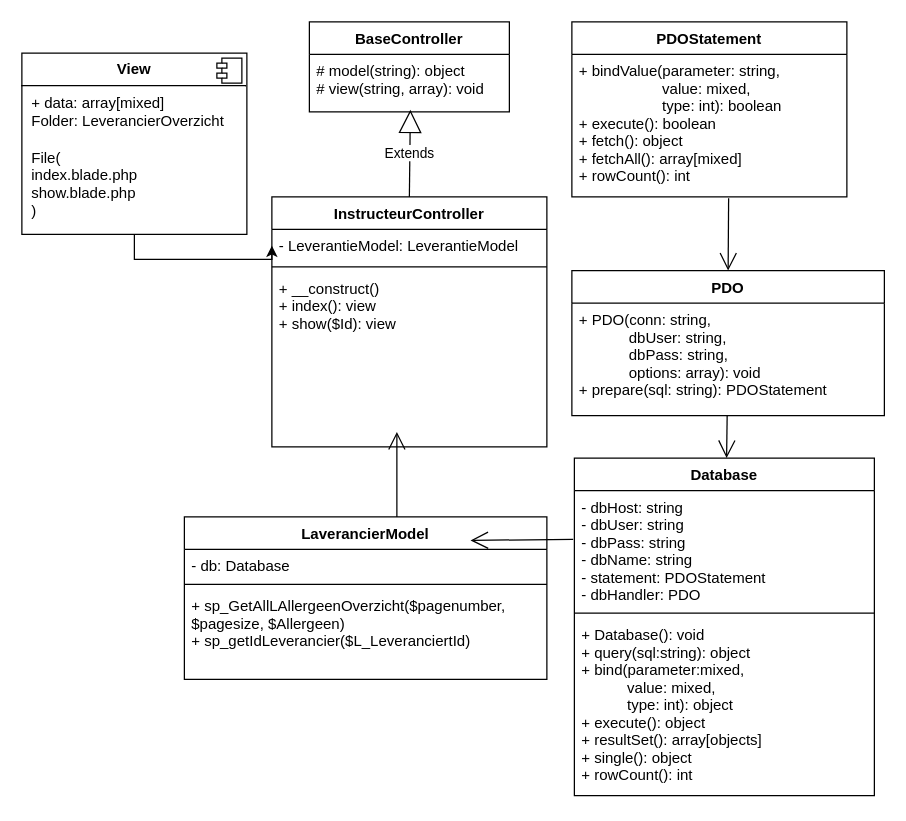
Earlier version of the draw.io diagram Sjabloon/Klassendiagram_example_V3.drawio (DannyEdelbroek/BE-opdracht-1-334855). Source tidied: cells renumbered, new cells numbered last; positions are measured from the earlier drawing's top-left corner, leaving out a move shared by most shapes. Both pictures are drawn from the tidied source at 125%, with x=0, y=0 at pixel (21, 21).
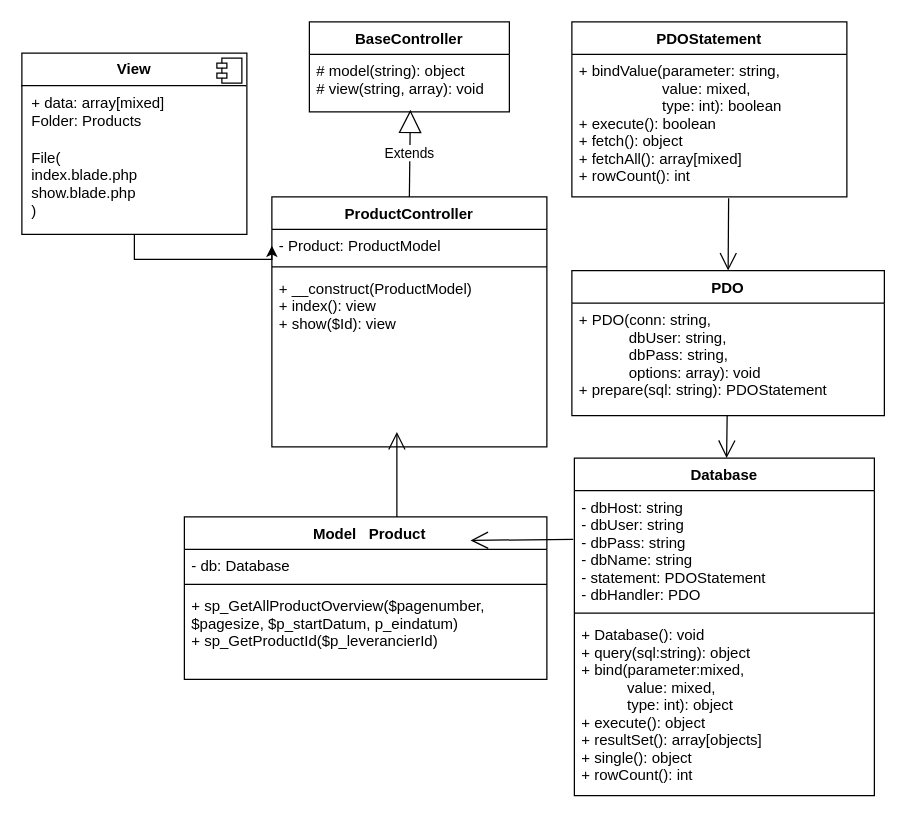
After the change.

What changed in the source:
```diff
@@
-    <mxCell id="2" value="InstructeurController" style="swimlane;fontStyle=1;align=center;verticalAlign=top;horizontal=1;startSize=26;" parent="1" vertex="1">
+    <mxCell id="2" value="ProductController" style="swimlane;fontStyle=1;align=center;verticalAlign=top;horizontal=1;startSize=26;" parent="1" vertex="1">
       <mxGeometry x="200" y="140" width="220" height="200" as="geometry" />
     </mxCell>
-    <mxCell id="3" value="- LeverantieModel: LeverantieModel" style="text;strokeColor=none;fillColor=none;align=left;verticalAlign=top;spacingLeft=4;spacingRight=4;overflow=hidden;points=[[0,0.5],[1,0.5]];portConstraint=eastwest;" parent="2" vertex="1">
+    <mxCell id="3" value="- Product: ProductModel" style="text;strokeColor=none;fillColor=none;align=left;verticalAlign=top;spacingLeft=4;spacingRight=4;overflow=hidden;points=[[0,0.5],[1,0.5]];portConstraint=eastwest;" parent="2" vertex="1">
       <mxGeometry y="26" width="220" height="26" as="geometry" />
     </mxCell>
@@
-    <mxCell id="5" value="+ __construct()  &#10;+ index(): view&#10;+ show($Id): view&#10;&#10;" style="text;strokeColor=none;fillColor=none;align=left;verticalAlign=top;spacingLeft=4;spacingRight=4;overflow=hidden;" parent="2" vertex="1">
+    <mxCell id="5" value="+ __construct(ProductModel)  &#10;+ index(): view&#10;+ show($Id): view&#10;&#10;" style="text;strokeColor=none;fillColor=none;align=left;verticalAlign=top;spacingLeft=4;spacingRight=4;overflow=hidden;" parent="2" vertex="1">
       <mxGeometry y="60" width="220" height="140" as="geometry" />
     </mxCell>
@@
-    <mxCell id="8" value="LaverancierModel" style="swimlane;fontStyle=1;align=center;verticalAlign=top;horizontal=1;startSize=26;" parent="1" vertex="1">
+    <mxCell id="8" value="   Model   Product " style="swimlane;fontStyle=1;align=center;verticalAlign=top;horizontal=1;startSize=26;" parent="1" vertex="1">
       <mxGeometry x="130" y="396" width="290" height="130" as="geometry" />
     </mxCell>
@@
-    <mxCell id="11" value="+ sp_GetAllLAllergeenOverzicht($pagenumber, &#10;$pagesize, $Allergeen)&#10;+ sp_getIdLeverancier($L_LeveranciertId)&#10;" style="text;strokeColor=none;fillColor=none;align=left;verticalAlign=top;spacingLeft=4;spacingRight=4;overflow=hidden;" parent="8" vertex="1">
+    <mxCell id="11" value="+ sp_GetAllProductOverview($pagenumber, &#10;$pagesize, $p_startDatum, p_eindatum)&#10;+ sp_GetProductId($p_leverancierId)&#10;" style="text;strokeColor=none;fillColor=none;align=left;verticalAlign=top;spacingLeft=4;spacingRight=4;overflow=hidden;" parent="8" vertex="1">
       <mxGeometry y="58" width="290" height="72" as="geometry" />
     </mxCell>
@@
-    <mxCell id="26" value="&lt;p style=&quot;margin:0px;margin-top:6px;text-align:center;&quot;&gt;&lt;b&gt;View&lt;/b&gt;&lt;/p&gt;&lt;hr size=&quot;1&quot; style=&quot;border-style:solid;&quot;&gt;&lt;p style=&quot;margin:0px;margin-left:8px;&quot;&gt;+ data: array[mixed]&amp;nbsp;&lt;/p&gt;&lt;p style=&quot;margin: 0px 0px 0px 8px;&quot;&gt;Folder: LeverancierOverzicht&lt;/p&gt;&lt;p style=&quot;margin: 0px 0px 0px 8px;&quot;&gt;&lt;br&gt;&lt;/p&gt;&lt;p style=&quot;margin: 0px 0px 0px 8px;&quot;&gt;File(&lt;/p&gt;&lt;p style=&quot;margin: 0px 0px 0px 8px;&quot;&gt;index.blade.php&lt;/p&gt;&lt;p style=&quot;margin: 0px 0px 0px 8px;&quot;&gt;show.blade.php&lt;/p&gt;&lt;p style=&quot;margin: 0px 0px 0px 8px;&quot;&gt;)&lt;/p&gt;" style="align=left;overflow=fill;html=1;whiteSpace=wrap;" parent="1" vertex="1">
+    <mxCell id="26" value="&lt;p style=&quot;margin:0px;margin-top:6px;text-align:center;&quot;&gt;&lt;b&gt;View&lt;/b&gt;&lt;/p&gt;&lt;hr size=&quot;1&quot; style=&quot;border-style:solid;&quot;&gt;&lt;p style=&quot;margin:0px;margin-left:8px;&quot;&gt;+ data: array[mixed]&amp;nbsp;&lt;/p&gt;&lt;p style=&quot;margin: 0px 0px 0px 8px;&quot;&gt;Folder: Products&lt;/p&gt;&lt;p style=&quot;margin: 0px 0px 0px 8px;&quot;&gt;&lt;br&gt;&lt;/p&gt;&lt;p style=&quot;margin: 0px 0px 0px 8px;&quot;&gt;File(&lt;/p&gt;&lt;p style=&quot;margin: 0px 0px 0px 8px;&quot;&gt;index.blade.php&lt;/p&gt;&lt;p style=&quot;margin: 0px 0px 0px 8px;&quot;&gt;show.blade.php&lt;/p&gt;&lt;p style=&quot;margin: 0px 0px 0px 8px;&quot;&gt;)&lt;/p&gt;" style="align=left;overflow=fill;html=1;whiteSpace=wrap;" parent="1" vertex="1">
       <mxGeometry y="25" width="180" height="145" as="geometry" />
     </mxCell>
```
